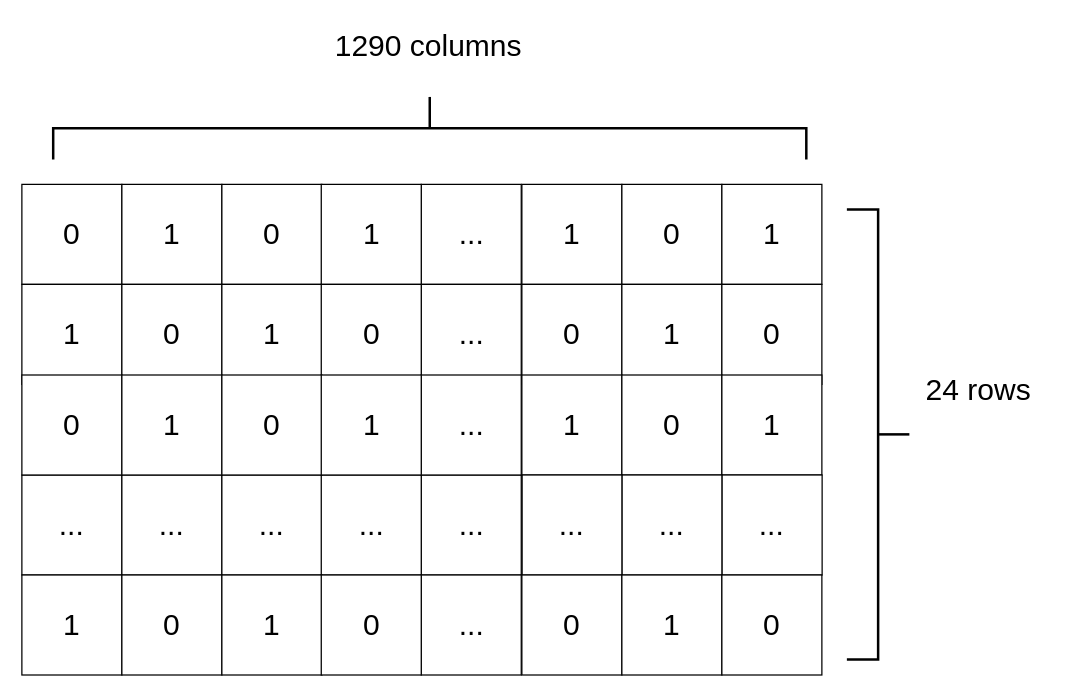
Earlier version of the draw.io diagram Diagrams/matrix4.drawio (sabarioded/Patterns_Project). Source tidied: cells renumbered, new cells numbered last; positions are measured from the earlier drawing's top-left corner, leaving out a move shared by most shapes. Both pictures are drawn from the tidied source at 125%, with x=0, y=0 at pixel (21, -249).
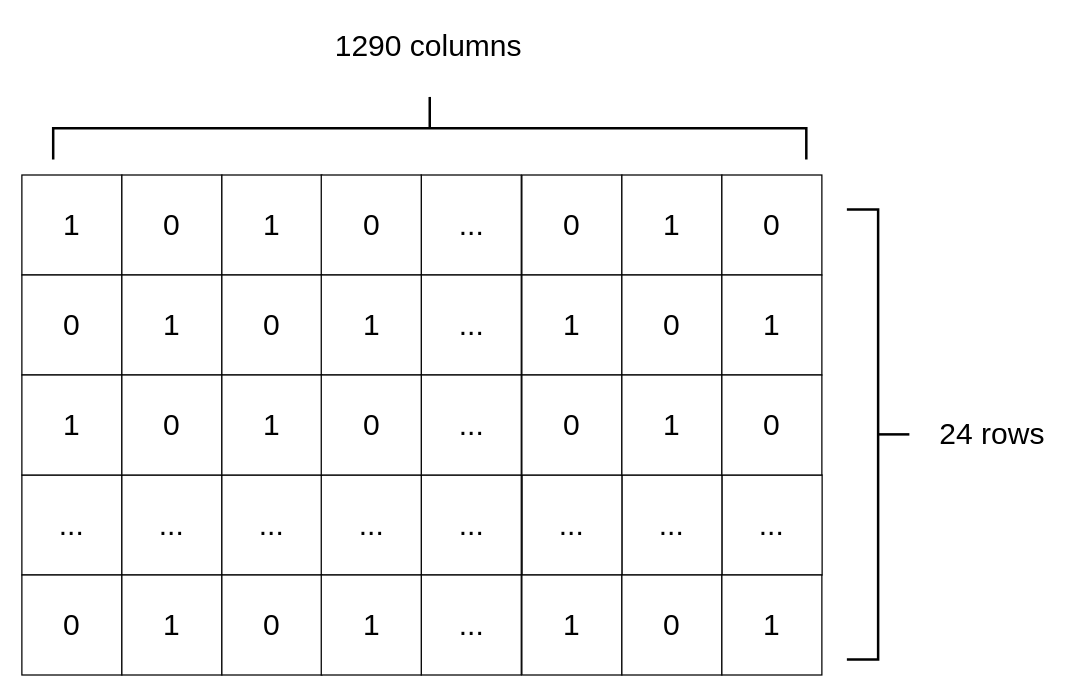
The same diagram, later.

Change to the diagram source:
```diff
@@
-    <mxCell id="2" value="&lt;font style=&quot;font-size: 24px;&quot;&gt;0&lt;/font&gt;" style="rounded=0;whiteSpace=wrap;html=1;" parent="1" vertex="1">
-      <mxGeometry y="346" width="80" height="80" as="geometry" />
-    </mxCell>
-    <mxCell id="3" value="&lt;span style=&quot;font-size: 24px;&quot;&gt;1&lt;/span&gt;" style="rounded=0;whiteSpace=wrap;html=1;" parent="1" vertex="1">
-      <mxGeometry x="80" y="346" width="80" height="80" as="geometry" />
-    </mxCell>
-    <mxCell id="4" value="&lt;span style=&quot;font-size: 24px;&quot;&gt;0&lt;/span&gt;" style="rounded=0;whiteSpace=wrap;html=1;" parent="1" vertex="1">
-      <mxGeometry x="160" y="346" width="80" height="80" as="geometry" />
-    </mxCell>
-    <mxCell id="5" value="&lt;font style=&quot;font-size: 24px;&quot;&gt;...&lt;/font&gt;" style="rounded=0;whiteSpace=wrap;html=1;" parent="1" vertex="1">
-      <mxGeometry x="319.5" y="346" width="80" height="80" as="geometry" />
-    </mxCell>
-    <mxCell id="6" value="&lt;span style=&quot;font-size: 24px;&quot;&gt;1&lt;/span&gt;" style="rounded=0;whiteSpace=wrap;html=1;" parent="1" vertex="1">
-      <mxGeometry x="400" y="346" width="80" height="80" as="geometry" />
-    </mxCell>
-    <mxCell id="7" value="&lt;span style=&quot;font-size: 24px;&quot;&gt;0&lt;/span&gt;" style="rounded=0;whiteSpace=wrap;html=1;" parent="1" vertex="1">
-      <mxGeometry x="480" y="346" width="80" height="80" as="geometry" />
-    </mxCell>
-    <mxCell id="8" value="&lt;span style=&quot;font-size: 24px;&quot;&gt;1&lt;/span&gt;" style="rounded=0;whiteSpace=wrap;html=1;" parent="1" vertex="1">
-      <mxGeometry x="560" y="346" width="80" height="80" as="geometry" />
-    </mxCell>
     <mxCell id="9" value="&lt;span style=&quot;font-size: 24px;&quot;&gt;1&lt;/span&gt;" style="rounded=0;whiteSpace=wrap;html=1;" parent="1" vertex="1">
-      <mxGeometry y="426" width="80" height="80" as="geometry" />
+      <mxGeometry y="338.5" width="80" height="80" as="geometry" />
     </mxCell>
     <mxCell id="10" value="&lt;span style=&quot;font-size: 24px;&quot;&gt;0&lt;/span&gt;" style="rounded=0;whiteSpace=wrap;html=1;" parent="1" vertex="1">
-      <mxGeometry x="80" y="426" width="80" height="80" as="geometry" />
+      <mxGeometry x="80" y="338.5" width="80" height="80" as="geometry" />
     </mxCell>
     <mxCell id="11" value="&lt;span style=&quot;font-size: 24px;&quot;&gt;1&lt;/span&gt;" style="rounded=0;whiteSpace=wrap;html=1;" parent="1" vertex="1">
-      <mxGeometry x="160" y="426" width="80" height="80" as="geometry" />
+      <mxGeometry x="160" y="338.5" width="80" height="80" as="geometry" />
     </mxCell>
     <mxCell id="12" value="&lt;font style=&quot;font-size: 24px;&quot;&gt;...&lt;/font&gt;" style="rounded=0;whiteSpace=wrap;html=1;" parent="1" vertex="1">
-      <mxGeometry x="319.5" y="426" width="80" height="80" as="geometry" />
+      <mxGeometry x="319.5" y="338.5" width="80" height="80" as="geometry" />
     </mxCell>
@@
     <mxCell id="18" value="&lt;font style=&quot;font-size: 24px;&quot;&gt;24 rows&lt;/font&gt;" style="text;html=1;align=center;verticalAlign=middle;strokeColor=none;fillColor=none;" parent="1" vertex="1">
-      <mxGeometry x="710" y="491" width="110" height="40" as="geometry" />
+      <mxGeometry x="721" y="526" width="110" height="40" as="geometry" />
     </mxCell>
@@
-    <mxCell id="21" value="&lt;span style=&quot;font-size: 24px;&quot;&gt;1&lt;/span&gt;" style="rounded=0;whiteSpace=wrap;html=1;" parent="1" vertex="1">
-      <mxGeometry x="239.5" y="346" width="80" height="80" as="geometry" />
-    </mxCell>
     <mxCell id="22" value="&lt;span style=&quot;font-size: 24px;&quot;&gt;0&lt;/span&gt;" style="rounded=0;whiteSpace=wrap;html=1;" parent="1" vertex="1">
-      <mxGeometry x="239.5" y="426" width="80" height="80" as="geometry" />
+      <mxGeometry x="239.5" y="338.5" width="80" height="80" as="geometry" />
     </mxCell>
@@
     <mxCell id="24" value="&lt;span style=&quot;font-size: 24px;&quot;&gt;0&lt;/span&gt;" style="rounded=0;whiteSpace=wrap;html=1;" parent="1" vertex="1">
-      <mxGeometry x="400" y="426" width="80" height="80" as="geometry" />
+      <mxGeometry x="400" y="338.5" width="80" height="80" as="geometry" />
     </mxCell>
     <mxCell id="25" value="&lt;span style=&quot;font-size: 24px;&quot;&gt;1&lt;/span&gt;" style="rounded=0;whiteSpace=wrap;html=1;" parent="1" vertex="1">
-      <mxGeometry x="480" y="426" width="80" height="80" as="geometry" />
+      <mxGeometry x="480" y="338.5" width="80" height="80" as="geometry" />
     </mxCell>
     <mxCell id="26" value="&lt;span style=&quot;font-size: 24px;&quot;&gt;0&lt;/span&gt;" style="rounded=0;whiteSpace=wrap;html=1;" parent="1" vertex="1">
-      <mxGeometry x="560" y="426" width="80" height="80" as="geometry" />
+      <mxGeometry x="560" y="338.5" width="80" height="80" as="geometry" />
     </mxCell>
     <mxCell id="27" value="&lt;font style=&quot;font-size: 24px;&quot;&gt;0&lt;/font&gt;" style="rounded=0;whiteSpace=wrap;html=1;" parent="1" vertex="1">
-      <mxGeometry y="498.5" width="80" height="80" as="geometry" />
+      <mxGeometry y="418.5" width="80" height="80" as="geometry" />
     </mxCell>
     <mxCell id="28" value="&lt;span style=&quot;font-size: 24px;&quot;&gt;1&lt;/span&gt;" style="rounded=0;whiteSpace=wrap;html=1;" parent="1" vertex="1">
-      <mxGeometry x="80" y="498.5" width="80" height="80" as="geometry" />
+      <mxGeometry x="80" y="418.5" width="80" height="80" as="geometry" />
     </mxCell>
     <mxCell id="29" value="&lt;span style=&quot;font-size: 24px;&quot;&gt;0&lt;/span&gt;" style="rounded=0;whiteSpace=wrap;html=1;" parent="1" vertex="1">
-      <mxGeometry x="160" y="498.5" width="80" height="80" as="geometry" />
+      <mxGeometry x="160" y="418.5" width="80" height="80" as="geometry" />
     </mxCell>
     <mxCell id="30" value="&lt;font style=&quot;font-size: 24px;&quot;&gt;...&lt;/font&gt;" style="rounded=0;whiteSpace=wrap;html=1;" parent="1" vertex="1">
-      <mxGeometry x="319.5" y="498.5" width="80" height="80" as="geometry" />
+      <mxGeometry x="319.5" y="418.5" width="80" height="80" as="geometry" />
     </mxCell>
     <mxCell id="31" value="&lt;span style=&quot;font-size: 24px;&quot;&gt;1&lt;/span&gt;" style="rounded=0;whiteSpace=wrap;html=1;" parent="1" vertex="1">
-      <mxGeometry x="400" y="498.5" width="80" height="80" as="geometry" />
+      <mxGeometry x="400" y="418.5" width="80" height="80" as="geometry" />
     </mxCell>
     <mxCell id="32" value="&lt;span style=&quot;font-size: 24px;&quot;&gt;0&lt;/span&gt;" style="rounded=0;whiteSpace=wrap;html=1;" parent="1" vertex="1">
-      <mxGeometry x="480" y="498.5" width="80" height="80" as="geometry" />
+      <mxGeometry x="480" y="418.5" width="80" height="80" as="geometry" />
     </mxCell>
     <mxCell id="33" value="&lt;span style=&quot;font-size: 24px;&quot;&gt;1&lt;/span&gt;" style="rounded=0;whiteSpace=wrap;html=1;" parent="1" vertex="1">
-      <mxGeometry x="560" y="498.5" width="80" height="80" as="geometry" />
+      <mxGeometry x="560" y="418.5" width="80" height="80" as="geometry" />
     </mxCell>
     <mxCell id="34" value="&lt;span style=&quot;font-size: 24px;&quot;&gt;1&lt;/span&gt;" style="rounded=0;whiteSpace=wrap;html=1;" parent="1" vertex="1">
-      <mxGeometry x="239.5" y="498.5" width="80" height="80" as="geometry" />
+      <mxGeometry x="239.5" y="418.5" width="80" height="80" as="geometry" />
     </mxCell>
@@
-    <mxCell id="38" value="&lt;font style=&quot;font-size: 24px;&quot;&gt;1&lt;/font&gt;" style="rounded=0;whiteSpace=wrap;html=1;" parent="1" vertex="1">
-      <mxGeometry y="658.5" width="80" height="80" as="geometry" />
-    </mxCell>
-    <mxCell id="39" value="&lt;span style=&quot;font-size: 24px;&quot;&gt;0&lt;/span&gt;" style="rounded=0;whiteSpace=wrap;html=1;" parent="1" vertex="1">
-      <mxGeometry x="80" y="658.5" width="80" height="80" as="geometry" />
-    </mxCell>
-    <mxCell id="40" value="&lt;span style=&quot;font-size: 24px;&quot;&gt;1&lt;/span&gt;" style="rounded=0;whiteSpace=wrap;html=1;" parent="1" vertex="1">
-      <mxGeometry x="160" y="658.5" width="80" height="80" as="geometry" />
-    </mxCell>
+    <mxCell id="46" value="&lt;span style=&quot;font-size: 24px;&quot;&gt;1&lt;/span&gt;" style="rounded=0;whiteSpace=wrap;html=1;" parent="1" vertex="1">
+      <mxGeometry y="498.5" width="80" height="80" as="geometry" />
+    </mxCell>
+    <mxCell id="47" value="&lt;span style=&quot;font-size: 24px;&quot;&gt;0&lt;/span&gt;" style="rounded=0;whiteSpace=wrap;html=1;" parent="1" vertex="1">
+      <mxGeometry x="80" y="498.5" width="80" height="80" as="geometry" />
+    </mxCell>
+    <mxCell id="48" value="&lt;span style=&quot;font-size: 24px;&quot;&gt;1&lt;/span&gt;" style="rounded=0;whiteSpace=wrap;html=1;" parent="1" vertex="1">
+      <mxGeometry x="160" y="498.5" width="80" height="80" as="geometry" />
+    </mxCell>
+    <mxCell id="5" value="&lt;font style=&quot;font-size: 24px;&quot;&gt;...&lt;/font&gt;" style="rounded=0;whiteSpace=wrap;html=1;" parent="1" vertex="1">
+      <mxGeometry x="319.5" y="498.5" width="80" height="80" as="geometry" />
+    </mxCell>
+    <mxCell id="49" value="&lt;span style=&quot;font-size: 24px;&quot;&gt;0&lt;/span&gt;" style="rounded=0;whiteSpace=wrap;html=1;" parent="1" vertex="1">
+      <mxGeometry x="239.5" y="498.5" width="80" height="80" as="geometry" />
+    </mxCell>
+    <mxCell id="50" value="&lt;span style=&quot;font-size: 24px;&quot;&gt;0&lt;/span&gt;" style="rounded=0;whiteSpace=wrap;html=1;" parent="1" vertex="1">
+      <mxGeometry x="400" y="498.5" width="80" height="80" as="geometry" />
+    </mxCell>
+    <mxCell id="51" value="&lt;span style=&quot;font-size: 24px;&quot;&gt;1&lt;/span&gt;" style="rounded=0;whiteSpace=wrap;html=1;" parent="1" vertex="1">
+      <mxGeometry x="480" y="498.5" width="80" height="80" as="geometry" />
+    </mxCell>
+    <mxCell id="52" value="&lt;span style=&quot;font-size: 24px;&quot;&gt;0&lt;/span&gt;" style="rounded=0;whiteSpace=wrap;html=1;" parent="1" vertex="1">
+      <mxGeometry x="560" y="498.5" width="80" height="80" as="geometry" />
+    </mxCell>
+    <mxCell id="2" value="&lt;font style=&quot;font-size: 24px;&quot;&gt;0&lt;/font&gt;" style="rounded=0;whiteSpace=wrap;html=1;" parent="1" vertex="1">
+      <mxGeometry y="658.5" width="80" height="80" as="geometry" />
+    </mxCell>
+    <mxCell id="53" value="&lt;span style=&quot;font-size: 24px;&quot;&gt;1&lt;/span&gt;" style="rounded=0;whiteSpace=wrap;html=1;" parent="1" vertex="1">
+      <mxGeometry x="80" y="658.5" width="80" height="80" as="geometry" />
+    </mxCell>
+    <mxCell id="54" value="&lt;span style=&quot;font-size: 24px;&quot;&gt;0&lt;/span&gt;" style="rounded=0;whiteSpace=wrap;html=1;" parent="1" vertex="1">
+      <mxGeometry x="160" y="658.5" width="80" height="80" as="geometry" />
+    </mxCell>
@@
-    <mxCell id="42" value="&lt;span style=&quot;font-size: 24px;&quot;&gt;0&lt;/span&gt;" style="rounded=0;whiteSpace=wrap;html=1;" parent="1" vertex="1">
-      <mxGeometry x="400" y="658.5" width="80" height="80" as="geometry" />
-    </mxCell>
-    <mxCell id="43" value="&lt;span style=&quot;font-size: 24px;&quot;&gt;1&lt;/span&gt;" style="rounded=0;whiteSpace=wrap;html=1;" parent="1" vertex="1">
-      <mxGeometry x="480" y="658.5" width="80" height="80" as="geometry" />
-    </mxCell>
-    <mxCell id="44" value="&lt;span style=&quot;font-size: 24px;&quot;&gt;0&lt;/span&gt;" style="rounded=0;whiteSpace=wrap;html=1;" parent="1" vertex="1">
-      <mxGeometry x="560" y="658.5" width="80" height="80" as="geometry" />
-    </mxCell>
-    <mxCell id="45" value="&lt;span style=&quot;font-size: 24px;&quot;&gt;0&lt;/span&gt;" style="rounded=0;whiteSpace=wrap;html=1;" parent="1" vertex="1">
-      <mxGeometry x="239.5" y="658.5" width="80" height="80" as="geometry" />
-    </mxCell>
+    <mxCell id="55" value="&lt;span style=&quot;font-size: 24px;&quot;&gt;1&lt;/span&gt;" style="rounded=0;whiteSpace=wrap;html=1;" parent="1" vertex="1">
+      <mxGeometry x="400" y="658.5" width="80" height="80" as="geometry" />
+    </mxCell>
+    <mxCell id="56" value="&lt;span style=&quot;font-size: 24px;&quot;&gt;0&lt;/span&gt;" style="rounded=0;whiteSpace=wrap;html=1;" parent="1" vertex="1">
+      <mxGeometry x="480" y="658.5" width="80" height="80" as="geometry" />
+    </mxCell>
+    <mxCell id="57" value="&lt;span style=&quot;font-size: 24px;&quot;&gt;1&lt;/span&gt;" style="rounded=0;whiteSpace=wrap;html=1;" parent="1" vertex="1">
+      <mxGeometry x="560" y="658.5" width="80" height="80" as="geometry" />
+    </mxCell>
+    <mxCell id="58" value="&lt;span style=&quot;font-size: 24px;&quot;&gt;1&lt;/span&gt;" style="rounded=0;whiteSpace=wrap;html=1;" parent="1" vertex="1">
+      <mxGeometry x="239.5" y="658.5" width="80" height="80" as="geometry" />
+    </mxCell>
```
